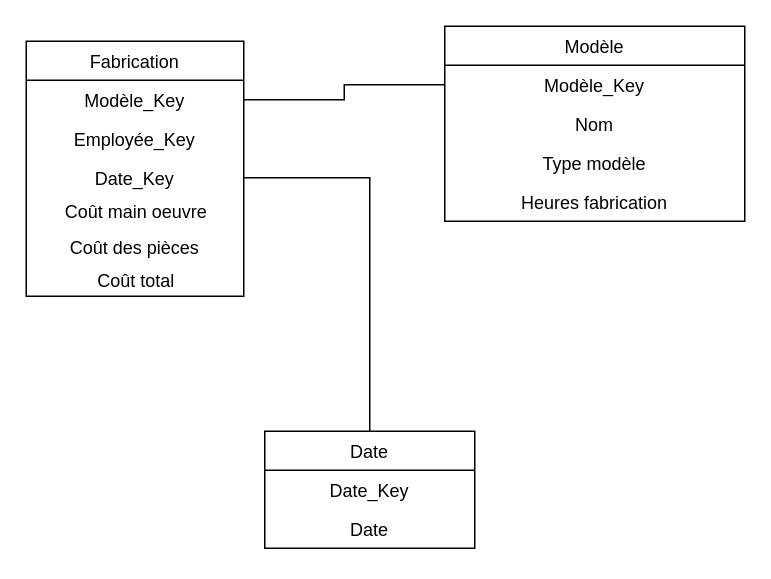
Before: drawio/tp_met_E2_fabrication_etoile.drawio in wHiteRht/MET6910, a draw.io diagram. Source tidied: cells renumbered, new cells numbered last; positions are measured from the earlier drawing's top-left corner, leaving out a move shared by most shapes. Both pictures are drawn from the tidied source at 150%, with x=0, y=0 at pixel (26, 26).
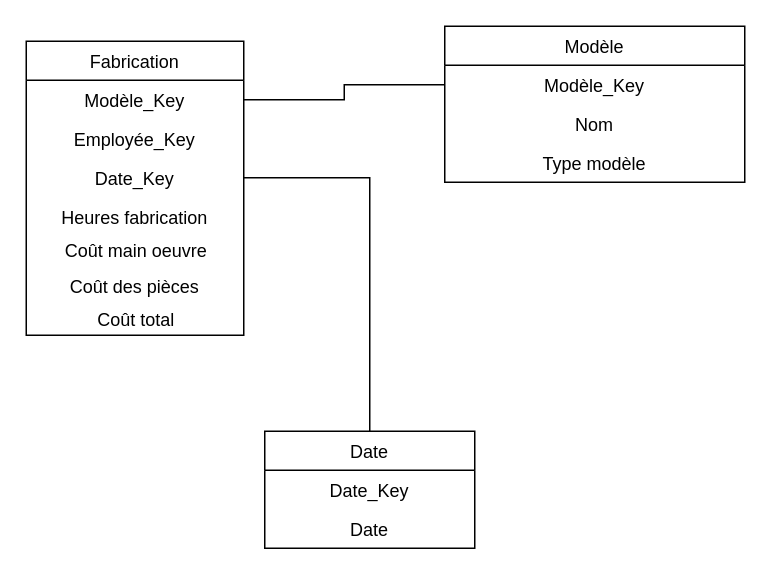
After the change.

Commit message (it also covers changes not shown here):
moved heures fabrication to facts table

The edit, as a diff of the source:
```diff
@@
 <mxGraphModel>
   <root>
     <mxCell id="0" />
     <mxCell id="1" parent="0" />
     <mxCell id="2" style="edgeStyle=orthogonalEdgeStyle;rounded=0;jettySize=auto;html=1;exitX=1;exitY=0.5;exitDx=0;exitDy=0;endArrow=none;endFill=0;" parent="1" edge="1" source="6" target="11">
       <mxGeometry relative="1" as="geometry" />
     </mxCell>
     <mxCell id="3" value="Fabrication" style="swimlane;fontStyle=0;horizontal=1;startSize=26;fillColor=none;align=center;fontSize=12;" parent="1" vertex="1">
-      <mxGeometry y="10" width="145" height="170" as="geometry" />
+      <mxGeometry y="10" width="145" height="196" as="geometry" />
     </mxCell>
     <mxCell id="4" value="Modèle_Key" style="text;strokeColor=none;fillColor=none;align=center;verticalAlign=top;spacingLeft=4;spacingRight=4;overflow=hidden;points=[[0,0.5],[1,0.5]];portConstraint=eastwest;fontSize=12;" parent="3" vertex="1">
       <mxGeometry y="26" width="145" height="26" as="geometry" />
     </mxCell>
     <mxCell id="5" value="Employée_Key" style="text;strokeColor=none;fillColor=none;align=center;verticalAlign=top;spacingLeft=4;spacingRight=4;overflow=hidden;fontSize=12;" parent="3" vertex="1">
       <mxGeometry y="52" width="145" height="26" as="geometry" />
     </mxCell>
     <mxCell id="6" value="Date_Key" style="text;strokeColor=none;fillColor=none;align=center;verticalAlign=top;spacingLeft=4;spacingRight=4;overflow=hidden;points=[[0,0.5],[1,0.5]];portConstraint=eastwest;fontSize=12;" parent="3" vertex="1">
       <mxGeometry y="78" width="145" height="26" as="geometry" />
     </mxCell>
+    <mxCell id="18" value="Heures fabrication" style="text;strokeColor=none;fillColor=none;align=center;verticalAlign=top;spacingLeft=4;spacingRight=4;overflow=hidden;" parent="3" vertex="1">
+      <mxGeometry y="104" width="145" height="26" as="geometry" />
+    </mxCell>
     <mxCell id="7" value="Coût main oeuvre" style="text;html=1;align=center;verticalAlign=middle;strokeColor=none;fontSize=12;" parent="3" vertex="1">
-      <mxGeometry y="104" width="145" height="20" as="geometry" />
+      <mxGeometry y="130" width="145" height="20" as="geometry" />
     </mxCell>
     <mxCell id="8" value="Coût des pièces" style="text;strokeColor=none;fillColor=none;align=center;verticalAlign=top;spacingLeft=4;spacingRight=4;overflow=hidden;" parent="3" vertex="1">
-      <mxGeometry y="124" width="145" height="26" as="geometry" />
+      <mxGeometry y="150" width="145" height="26" as="geometry" />
     </mxCell>
     <mxCell id="9" value="Coût total" style="text;html=1;align=center;verticalAlign=middle;strokeColor=none;fontSize=12;" parent="3" vertex="1">
-      <mxGeometry y="150" width="145" height="20" as="geometry" />
+      <mxGeometry y="176" width="145" height="20" as="geometry" />
     </mxCell>
     <mxCell id="10" style="edgeStyle=orthogonalEdgeStyle;rounded=0;jettySize=auto;html=1;exitX=1;exitY=0.5;exitDx=0;exitDy=0;entryX=0;entryY=0.5;entryDx=0;entryDy=0;endArrow=none;endFill=0;" parent="1" edge="1" source="4" target="15">
       <mxGeometry relative="1" as="geometry" />
     </mxCell>
     <mxCell id="11" value="Date" style="swimlane;fontStyle=0;horizontal=1;startSize=26;fillColor=none;align=center;" parent="1" vertex="1">
       <mxGeometry x="159" y="270" width="140" height="78" as="geometry" />
     </mxCell>
     <mxCell id="12" value="Date_Key" style="text;strokeColor=none;fillColor=none;align=center;verticalAlign=top;spacingLeft=4;spacingRight=4;overflow=hidden;" parent="11" vertex="1">
       <mxGeometry y="26" width="140" height="26" as="geometry" />
     </mxCell>
     <mxCell id="13" value="Date" style="text;strokeColor=none;fillColor=none;align=center;verticalAlign=top;spacingLeft=4;spacingRight=4;overflow=hidden;" parent="11" vertex="1">
       <mxGeometry y="52" width="140" height="26" as="geometry" />
     </mxCell>
     <mxCell id="14" value="Modèle" style="swimlane;fontStyle=0;horizontal=1;startSize=26;fillColor=none;align=center;" parent="1" vertex="1">
-      <mxGeometry x="279" width="200" height="130" as="geometry" />
+      <mxGeometry x="279" width="200" height="104" as="geometry" />
     </mxCell>
     <mxCell id="15" value="Modèle_Key" style="text;strokeColor=none;fillColor=none;align=center;verticalAlign=top;spacingLeft=4;spacingRight=4;overflow=hidden;points=[[0,0.5],[1,0.5]];portConstraint=eastwest;" parent="14" vertex="1">
       <mxGeometry y="26" width="200" height="26" as="geometry" />
     </mxCell>
     <mxCell id="16" value="Nom" style="text;strokeColor=none;fillColor=none;align=center;verticalAlign=top;spacingLeft=4;spacingRight=4;overflow=hidden;" parent="14" vertex="1">
       <mxGeometry y="52" width="200" height="26" as="geometry" />
     </mxCell>
     <mxCell id="17" value="Type modèle" style="text;strokeColor=none;fillColor=none;align=center;verticalAlign=top;spacingLeft=4;spacingRight=4;overflow=hidden;" parent="14" vertex="1">
       <mxGeometry y="78" width="200" height="26" as="geometry" />
     </mxCell>
-    <mxCell id="18" value="Heures fabrication" style="text;strokeColor=none;fillColor=none;align=center;verticalAlign=top;spacingLeft=4;spacingRight=4;overflow=hidden;" parent="14" vertex="1">
-      <mxGeometry y="104" width="200" height="26" as="geometry" />
-    </mxCell>
   </root>
 </mxGraphModel>
```
